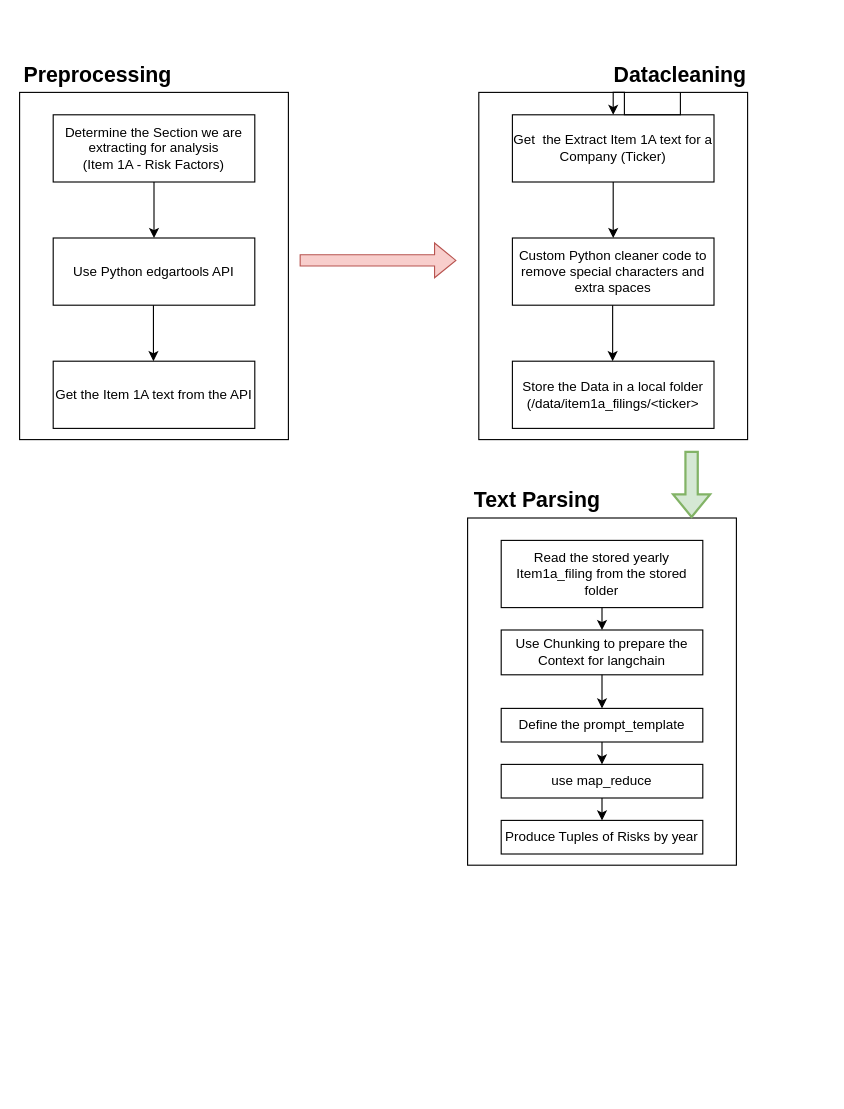
The draw.io diagram docs/Untitled Diagram.drawio in krith-raju/SEC10kFilings, before the edit. Source tidied: cells renumbered, new cells numbered last; positions are measured from the earlier drawing's top-left corner, leaving out a move shared by most shapes. Both pictures are drawn from the tidied source at 112%, with x=0, y=0 at pixel (19, 58).
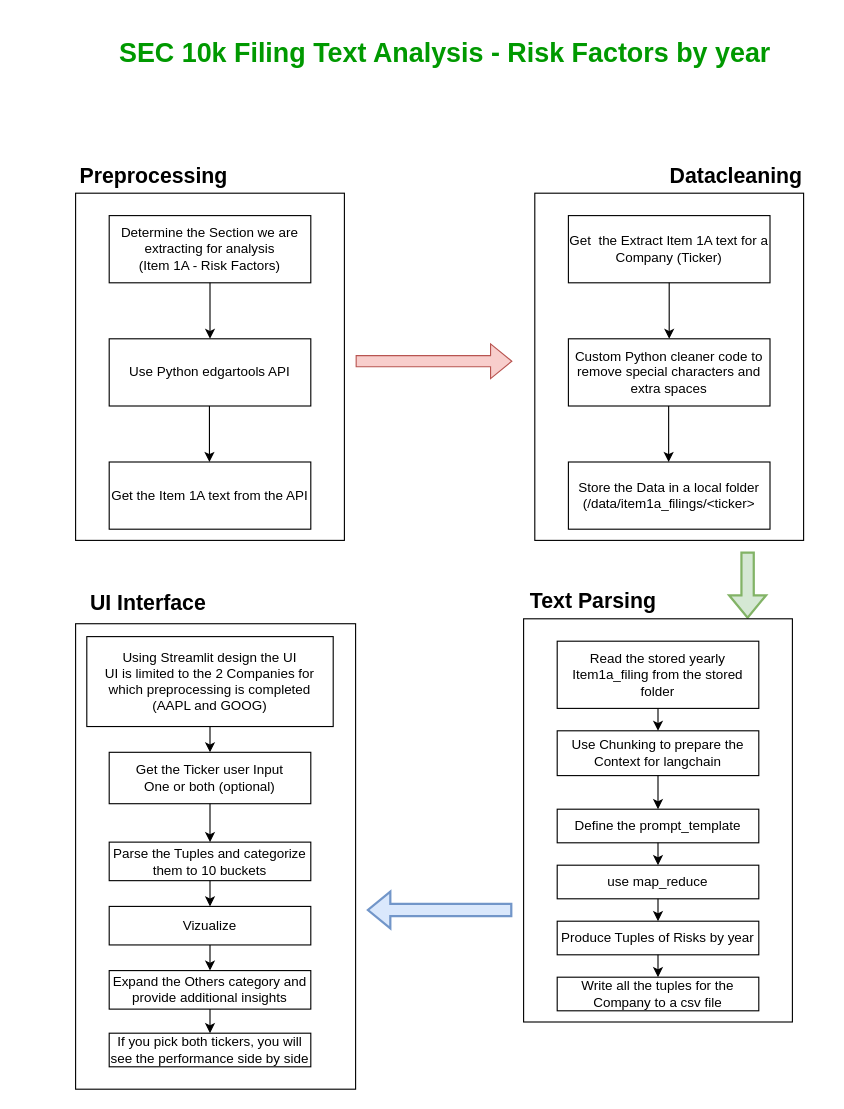
The same page after the edit.

Commit message:
SEC10kfilings_processflow

The change refers to these unchanged cells:
```xml
<mxCell id="14" value="Get&amp;nbsp; the Extract Item 1A text for a Company (Ticker)" style="rounded=0;whiteSpace=wrap;html=1;" parent="13" vertex="1">
  <mxGeometry width="180" height="60" as="geometry" />
</mxCell>
<mxCell id="20" value="Datacleaning" style="text;html=1;align=center;verticalAlign=middle;whiteSpace=wrap;rounded=0;fontStyle=1;fontSize=19;" parent="11" vertex="1">
  <mxGeometry x="150" width="60" height="30" as="geometry" />
</mxCell>
```

What changed in the source:
```diff
@@
+    <mxCell id="36" style="group;" parent="1" vertex="1">
+      <mxGeometry x="50" y="90" width="650" height="830" as="geometry" />
+    </mxCell>
-    <mxCell id="2" style="group;" parent="1" vertex="1">
+    <mxCell id="2" style="group;" parent="36" vertex="1">
       <mxGeometry width="240" height="340" as="geometry" />
     </mxCell>
@@
-    <mxCell id="11" style="group;" parent="1" vertex="1">
+    <mxCell id="11" style="group;" parent="36" vertex="1">
       <mxGeometry x="410" width="240" height="340" as="geometry" />
     </mxCell>
@@
-    <mxCell id="19" style="edgeStyle=orthogonalEdgeStyle;rounded=0;jettySize=auto;html=1;" parent="11" edge="1" source="20" target="14">
-      <mxGeometry relative="1" as="geometry" />
-    </mxCell>
@@
-    <mxCell id="21" style="shape=flexArrow;endArrow=classic;html=1;rounded=0;fillColor=#f8cecc;strokeColor=#b85450;" parent="1" edge="1">
+    <mxCell id="21" style="shape=flexArrow;endArrow=classic;html=1;rounded=0;fillColor=#f8cecc;strokeColor=#b85450;" parent="36" edge="1">
       <mxGeometry relative="1" as="geometry">
         <mxPoint x="250" y="180" as="sourcePoint" />
         <mxPoint x="390" y="180" as="targetPoint" />
       </mxGeometry>
     </mxCell>
+    <mxCell id="34" style="shape=flexArrow;endArrow=classic;html=1;rounded=0;fillColor=#d5e8d4;strokeColor=#82b366;fillStyle=solid;strokeWidth=2;" parent="36" edge="1">
+      <mxGeometry relative="1" as="geometry">
+        <mxPoint x="600" y="350" as="sourcePoint" />
+        <mxPoint x="600" y="410" as="targetPoint" />
+      </mxGeometry>
+    </mxCell>
+    <mxCell id="37" style="group;" parent="36" vertex="1">
+      <mxGeometry x="400" y="380" width="240" height="410" as="geometry" />
+    </mxCell>
-    <mxCell id="22" style="group;" parent="1" vertex="1">
-      <mxGeometry x="400" y="380" width="240" height="340" as="geometry" />
+    <mxCell id="22" style="group;" parent="37" vertex="1">
+      <mxGeometry width="240" height="410" as="geometry" />
     </mxCell>
     <mxCell id="23" style="rounded=0;whiteSpace=wrap;html=1;" parent="22" vertex="1">
-      <mxGeometry y="30" width="240" height="310" as="geometry" />
+      <mxGeometry y="30" width="240" height="360" as="geometry" />
     </mxCell>
@@
-    <mxCell id="34" style="shape=flexArrow;endArrow=classic;html=1;rounded=0;fillColor=#d5e8d4;strokeColor=#82b366;fillStyle=solid;strokeWidth=2;" parent="1" edge="1">
-      <mxGeometry relative="1" as="geometry">
-        <mxPoint x="600" y="350" as="sourcePoint" />
-        <mxPoint x="600" y="410" as="targetPoint" />
-      </mxGeometry>
-    </mxCell>
+    <mxCell id="38" value="Write all the tuples for the Company to a csv file" style="rounded=0;whiteSpace=wrap;html=1;" parent="22" vertex="1">
+      <mxGeometry x="30" y="350" width="180" height="30" as="geometry" />
+    </mxCell>
-    <mxCell id="35" style="endArrow=classic;html=1;rounded=0;exitX=0.5;exitY=1;exitDx=0;exitDy=0;entryX=0.5;entryY=0;entryDx=0;entryDy=0;" parent="1" edge="1">
+    <mxCell id="35" style="endArrow=classic;html=1;rounded=0;exitX=0.5;exitY=1;exitDx=0;exitDy=0;entryX=0.5;entryY=0;entryDx=0;entryDy=0;" parent="37" edge="1">
       <mxGeometry relative="1" as="geometry">
-        <mxPoint x="520" y="660" as="sourcePoint" />
-        <mxPoint x="520" y="680" as="targetPoint" />
+        <mxPoint x="120" y="280" as="sourcePoint" />
+        <mxPoint x="120" y="300" as="targetPoint" />
       </mxGeometry>
     </mxCell>
+    <mxCell id="39" style="group;" parent="36" vertex="1">
+      <mxGeometry y="380" width="250" height="450" as="geometry" />
+    </mxCell>
+    <mxCell id="40" style="group;" parent="39" vertex="1">
+      <mxGeometry width="250" height="450" as="geometry" />
+    </mxCell>
+    <mxCell id="41" style="rounded=0;whiteSpace=wrap;html=1;" parent="40" vertex="1">
+      <mxGeometry y="34.4" width="250" height="415.6" as="geometry" />
+    </mxCell>
+    <mxCell id="42" style="group;" parent="40" vertex="1">
+      <mxGeometry x="30" y="57.4" width="200" height="321.2" as="geometry" />
+    </mxCell>
+    <mxCell id="43" value="Using Streamlit design the UI&lt;br&gt;UI is limited to the 2 Companies for which preprocessing is completed (AAPL and GOOG)" style="rounded=0;whiteSpace=wrap;html=1;" parent="42" vertex="1">
+      <mxGeometry x="-20" y="-11.5" width="220" height="80.3" as="geometry" />
+    </mxCell>
+    <mxCell id="44" value="Get the Ticker user Input&lt;br&gt;One or both (optional)" style="rounded=0;whiteSpace=wrap;html=1;" parent="42" vertex="1">
+      <mxGeometry y="91.8" width="180" height="45.9" as="geometry" />
+    </mxCell>
+    <mxCell id="45" style="endArrow=classic;html=1;rounded=0;" parent="42" edge="1" target="44">
+      <mxGeometry relative="1" as="geometry">
+        <mxPoint x="90" y="68.8" as="sourcePoint" />
+      </mxGeometry>
+    </mxCell>
+    <mxCell id="46" value="UI Interface" style="text;html=1;align=center;verticalAlign=middle;whiteSpace=wrap;rounded=0;fontStyle=1;fontSize=19;" parent="40" vertex="1">
+      <mxGeometry width="130" height="34.4" as="geometry" />
+    </mxCell>
+    <mxCell id="47" value="Parse the Tuples and categorize them to 10 buckets" style="rounded=0;whiteSpace=wrap;html=1;" parent="40" vertex="1">
+      <mxGeometry x="30" y="229.4" width="180" height="34.4" as="geometry" />
+    </mxCell>
+    <mxCell id="48" style="endArrow=classic;html=1;rounded=0;exitX=0.5;exitY=1;exitDx=0;exitDy=0;entryX=0.5;entryY=0;entryDx=0;entryDy=0;" parent="40" edge="1" source="44" target="47">
+      <mxGeometry relative="1" as="geometry" />
+    </mxCell>
+    <mxCell id="49" value="Vizualize" style="rounded=0;whiteSpace=wrap;html=1;" parent="40" vertex="1">
+      <mxGeometry x="30" y="286.8" width="180" height="34.4" as="geometry" />
+    </mxCell>
+    <mxCell id="50" style="endArrow=classic;html=1;rounded=0;exitX=0.5;exitY=1;exitDx=0;exitDy=0;entryX=0.5;entryY=0;entryDx=0;entryDy=0;" parent="40" edge="1" source="47" target="49">
+      <mxGeometry relative="1" as="geometry" />
+    </mxCell>
+    <mxCell id="51" value="Expand the Others category and provide additional insights" style="rounded=0;whiteSpace=wrap;html=1;" parent="40" vertex="1">
+      <mxGeometry x="30" y="344.1" width="180" height="34.4" as="geometry" />
+    </mxCell>
+    <mxCell id="52" style="endArrow=classic;html=1;rounded=0;exitX=0.5;exitY=1;exitDx=0;exitDy=0;entryX=0.5;entryY=0;entryDx=0;entryDy=0;" parent="39" edge="1">
+      <mxGeometry relative="1" as="geometry">
+        <mxPoint x="120" y="321.2" as="sourcePoint" />
+        <mxPoint x="120" y="344.1" as="targetPoint" />
+      </mxGeometry>
+    </mxCell>
+    <mxCell id="53" style="endArrow=classic;html=1;rounded=0;entryX=0.5;entryY=0;entryDx=0;entryDy=0;" parent="36" edge="1" target="38">
+      <mxGeometry relative="1" as="geometry">
+        <mxPoint x="520" y="710" as="sourcePoint" />
+      </mxGeometry>
+    </mxCell>
+    <mxCell id="54" value="If you pick both tickers, you will see the performance side by side" style="rounded=0;whiteSpace=wrap;html=1;" parent="36" vertex="1">
+      <mxGeometry x="30" y="780" width="180" height="30" as="geometry" />
+    </mxCell>
+    <mxCell id="55" style="endArrow=classic;html=1;rounded=0;entryX=0.5;entryY=0;entryDx=0;entryDy=0;exitX=0.5;exitY=1;exitDx=0;exitDy=0;" parent="36" edge="1" source="51" target="54">
+      <mxGeometry relative="1" as="geometry" />
+    </mxCell>
+    <mxCell id="56" style="shape=flexArrow;endArrow=classic;html=1;rounded=0;fillColor=#dae8fc;strokeColor=#7296C9;strokeWidth=2;" parent="36" edge="1">
+      <mxGeometry relative="1" as="geometry">
+        <mxPoint x="390" y="670" as="sourcePoint" />
+        <mxPoint x="260" y="670" as="targetPoint" />
+      </mxGeometry>
+    </mxCell>
+    <mxCell id="57" value="&lt;h1&gt;&lt;font color=&quot;#009900&quot;&gt;SEC 10k Filing Text Analysis - Risk Factors by year&lt;/font&gt;&lt;/h1&gt;" style="text;html=1;align=center;verticalAlign=middle;whiteSpace=wrap;rounded=0;" parent="1" vertex="1">
+      <mxGeometry x="40" y="-20" width="680" height="30" as="geometry" />
+    </mxCell>
```
